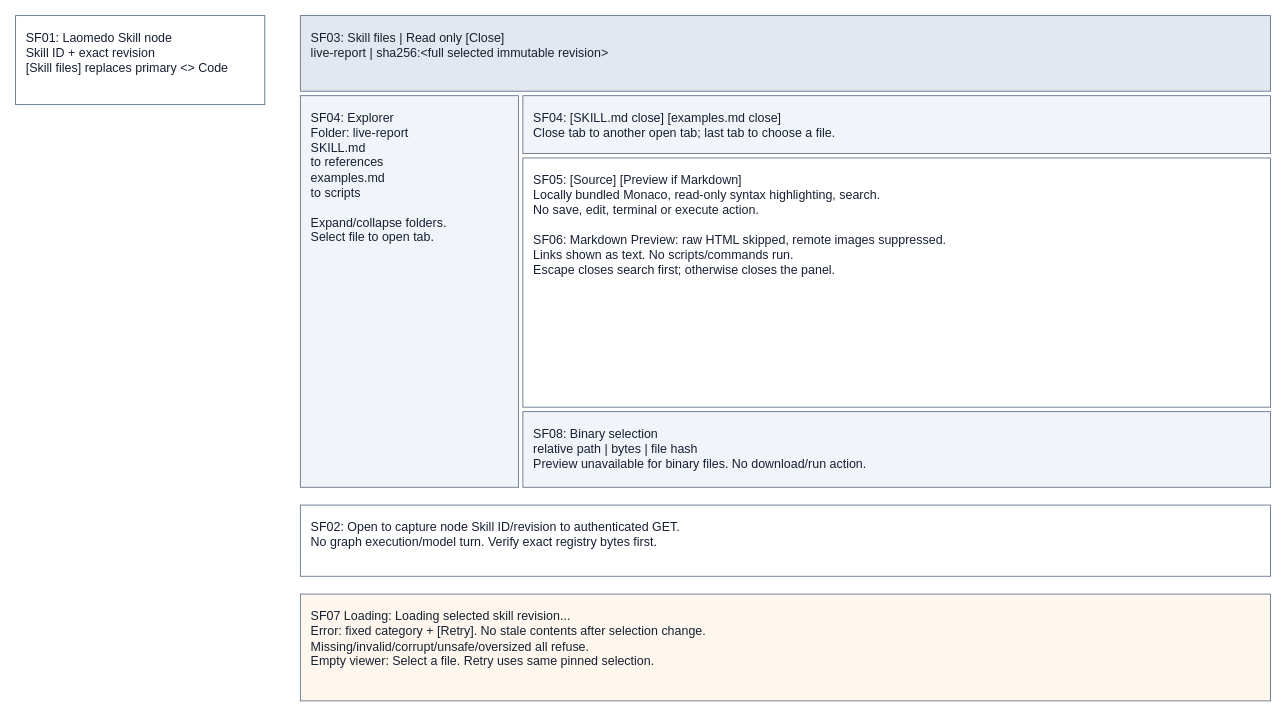
The draw.io diagram page "Skill files panel" (1 of 4) of projects/laomedo/subsystems/skill-registry/design/skill-files.drawio in amadou-6e/specs, before the edit. Source tidied: cells renumbered, new cells numbered last; positions are measured from the earlier drawing's top-left corner, leaving out a move shared by most shapes. Both pictures are drawn from the tidied source at 89%, with x=0, y=0 at pixel (15, 15).
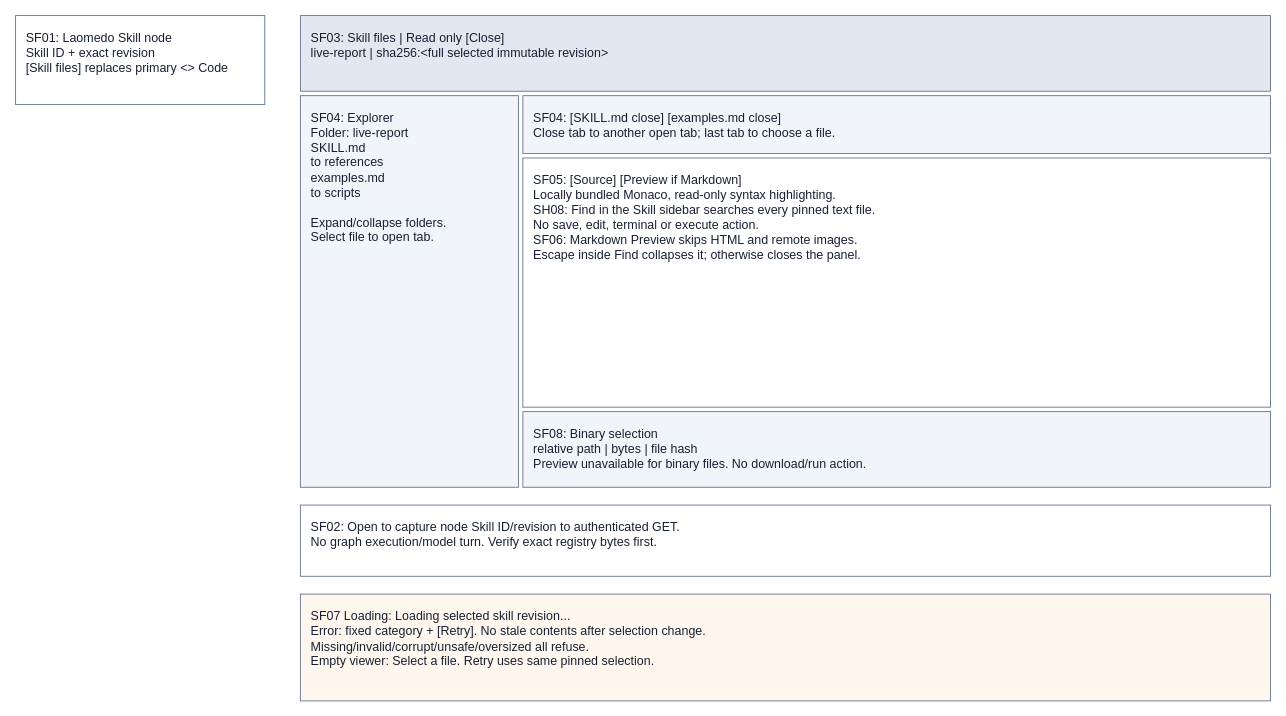
The same page after the edit.

Commit message (it also covers changes not shown here):
Specify Skill workspace Find and full-page viewing

Change to the diagram source:
```diff
@@
 <mxGraphModel>
   <root>
     <mxCell id="0" />
     <mxCell id="1" parent="0" />
     <mxCell id="2" value="SF01: Laomedo Skill node&#10;Skill ID + exact revision&#10;[Skill files] replaces primary &lt;&gt; Code" style="rounded=0;whiteSpace=wrap;html=0;fillColor=#ffffff;strokeColor=#64748b;fontColor=#172033;align=left;verticalAlign=top;spacing=12;fontFamily=Arial;fontSize=14;" parent="1" vertex="1">
       <mxGeometry width="280" height="100" as="geometry" />
     </mxCell>
     <mxCell id="3" value="SF03: Skill files  |  Read only                          [Close]&#10;live-report  |  sha256:&lt;full selected immutable revision&gt;" style="rounded=0;whiteSpace=wrap;html=0;fillColor=#e2e8f0;strokeColor=#64748b;fontColor=#172033;align=left;verticalAlign=top;spacing=12;fontFamily=Arial;fontSize=14;" parent="1" vertex="1">
       <mxGeometry x="320" width="1090" height="85" as="geometry" />
     </mxCell>
     <mxCell id="4" value="SF04: Explorer&#10;Folder: live-report&#10;  SKILL.md&#10;  to references&#10;    examples.md&#10;  to scripts&#10;&#10;Expand/collapse folders.&#10;Select file to open tab." style="rounded=0;whiteSpace=wrap;html=0;fillColor=#f1f5f9;strokeColor=#64748b;fontColor=#172033;align=left;verticalAlign=top;spacing=12;fontFamily=Arial;fontSize=14;" parent="1" vertex="1">
       <mxGeometry x="320" y="90" width="245" height="440" as="geometry" />
     </mxCell>
     <mxCell id="5" value="SF04: [SKILL.md close] [examples.md close]&#10;Close tab to another open tab; last tab to choose a file." style="rounded=0;whiteSpace=wrap;html=0;fillColor=#f1f5f9;strokeColor=#64748b;fontColor=#172033;align=left;verticalAlign=top;spacing=12;fontFamily=Arial;fontSize=14;" parent="1" vertex="1">
       <mxGeometry x="570" y="90" width="840" height="65" as="geometry" />
     </mxCell>
-    <mxCell id="6" value="SF05: [Source] [Preview if Markdown]&#10;Locally bundled Monaco, read-only syntax highlighting, search.&#10;No save, edit, terminal or execute action.&#10;&#10;SF06: Markdown Preview: raw HTML skipped, remote images suppressed.&#10;Links shown as text. No scripts/commands run.&#10;Escape closes search first; otherwise closes the panel." style="rounded=0;whiteSpace=wrap;html=0;fillColor=#ffffff;strokeColor=#64748b;fontColor=#172033;align=left;verticalAlign=top;spacing=12;fontFamily=Arial;fontSize=14;" parent="1" vertex="1">
+    <mxCell id="6" value="SF05: [Source] [Preview if Markdown]&#10;Locally bundled Monaco, read-only syntax highlighting.&#10;SH08: Find in the Skill sidebar searches every pinned text file.&#10;No save, edit, terminal or execute action.&#10;SF06: Markdown Preview skips HTML and remote images.&#10;Escape inside Find collapses it; otherwise closes the panel." style="rounded=0;whiteSpace=wrap;html=0;fillColor=#ffffff;strokeColor=#64748b;fontColor=#172033;align=left;verticalAlign=top;spacing=12;fontFamily=Arial;fontSize=14;" parent="1" vertex="1">
       <mxGeometry x="570" y="160" width="840" height="280" as="geometry" />
     </mxCell>
     <mxCell id="7" value="SF08: Binary selection&#10;relative path | bytes | file hash&#10;Preview unavailable for binary files. No download/run action." style="rounded=0;whiteSpace=wrap;html=0;fillColor=#f1f5f9;strokeColor=#64748b;fontColor=#172033;align=left;verticalAlign=top;spacing=12;fontFamily=Arial;fontSize=14;" parent="1" vertex="1">
       <mxGeometry x="570" y="445" width="840" height="85" as="geometry" />
     </mxCell>
     <mxCell id="8" value="SF02: Open to capture node Skill ID/revision to authenticated GET.&#10;No graph execution/model turn. Verify exact registry bytes first." style="rounded=0;whiteSpace=wrap;html=0;fillColor=#ffffff;strokeColor=#64748b;fontColor=#172033;align=left;verticalAlign=top;spacing=12;fontFamily=Arial;fontSize=14;" parent="1" vertex="1">
       <mxGeometry x="320" y="550" width="1090" height="80" as="geometry" />
     </mxCell>
     <mxCell id="9" value="SF07 Loading: Loading selected skill revision...&#10;Error: fixed category + [Retry]. No stale contents after selection change.&#10;Missing/invalid/corrupt/unsafe/oversized all refuse.&#10;Empty viewer: Select a file. Retry uses same pinned selection." style="rounded=0;whiteSpace=wrap;html=0;fillColor=#fff7ed;strokeColor=#64748b;fontColor=#172033;align=left;verticalAlign=top;spacing=12;fontFamily=Arial;fontSize=14;" parent="1" vertex="1">
       <mxGeometry x="320" y="650" width="1090" height="120" as="geometry" />
     </mxCell>
   </root>
 </mxGraphModel>
```
